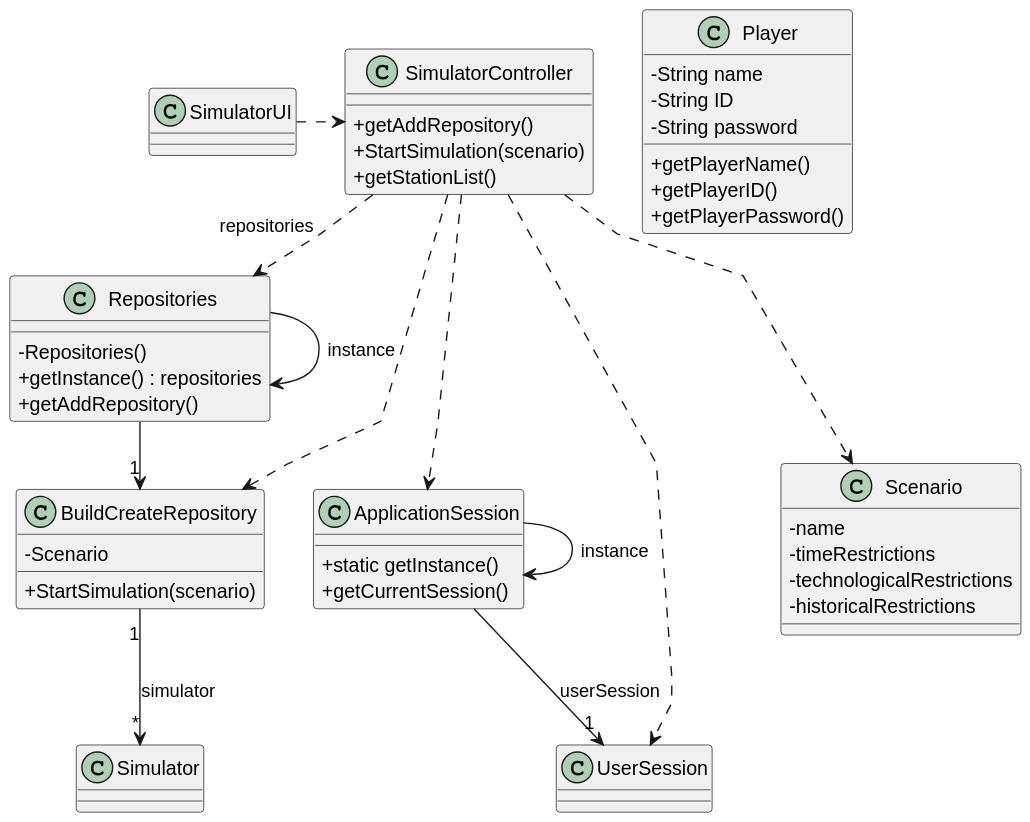
Before: docs/sprint2/us012/03.design/svg/us012-class-diagram.svg, a diagram exported from PlantUML (ivasduarte/all-aboard).
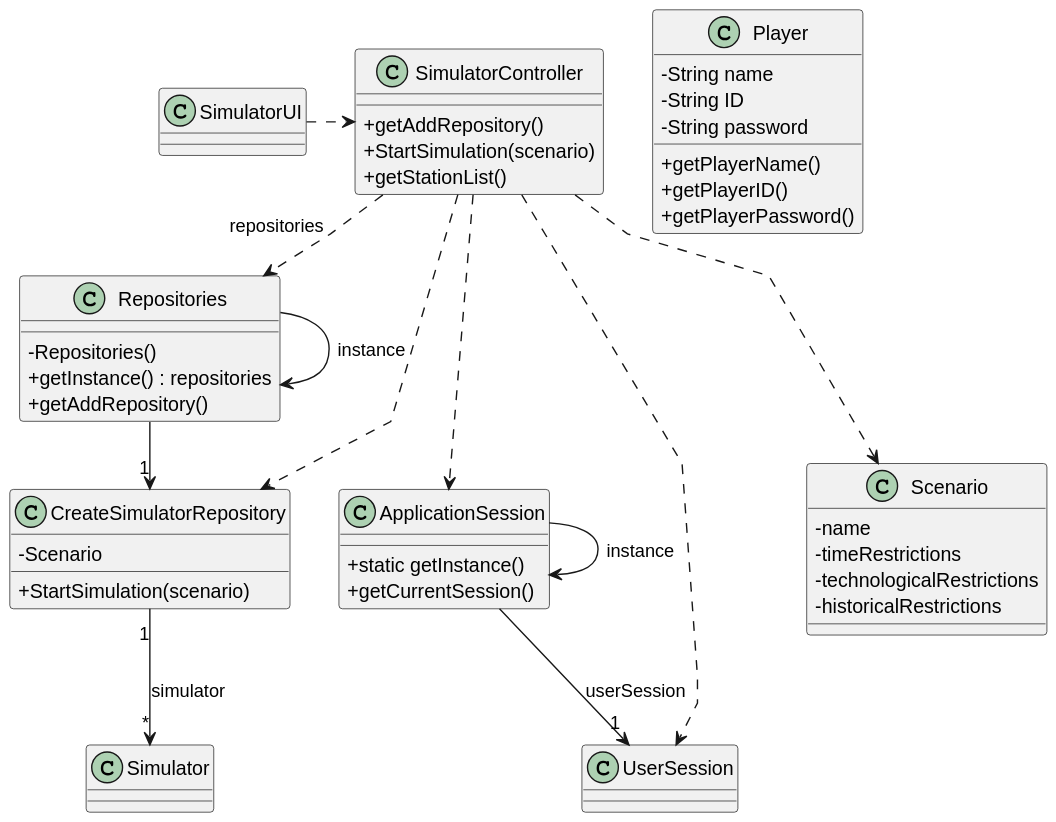
The same diagram one commit later.

Commit message:
US012(docs): Changed Class and Sequence Diagram

What changed in the source:
```diff
@@ -45,7 +45,7 @@
     + getAddRepository()
 }
 
-class BuildCreateRepository {
+class CreateSimulatorRepository {
     - Scenario
     + StartSimulation(scenario)
 }
@@ -57,14 +57,14 @@
 
 SimulatorController .> Repositories : repositories
 
-Repositories -> "1" BuildCreateRepository
+Repositories -> "1" CreateSimulatorRepository
 SimulatorController ..> Scenario
-SimulatorController ..> BuildCreateRepository
+SimulatorController ..> CreateSimulatorRepository
 
 ApplicationSession --> "1" UserSession : userSession
 
 SimulatorController ..> ApplicationSession
 SimulatorController ..> UserSession
 
-BuildCreateRepository "1" --> "*" Simulator : simulator
+CreateSimulatorRepository "1" --> "*" Simulator : simulator
 @enduml
```
